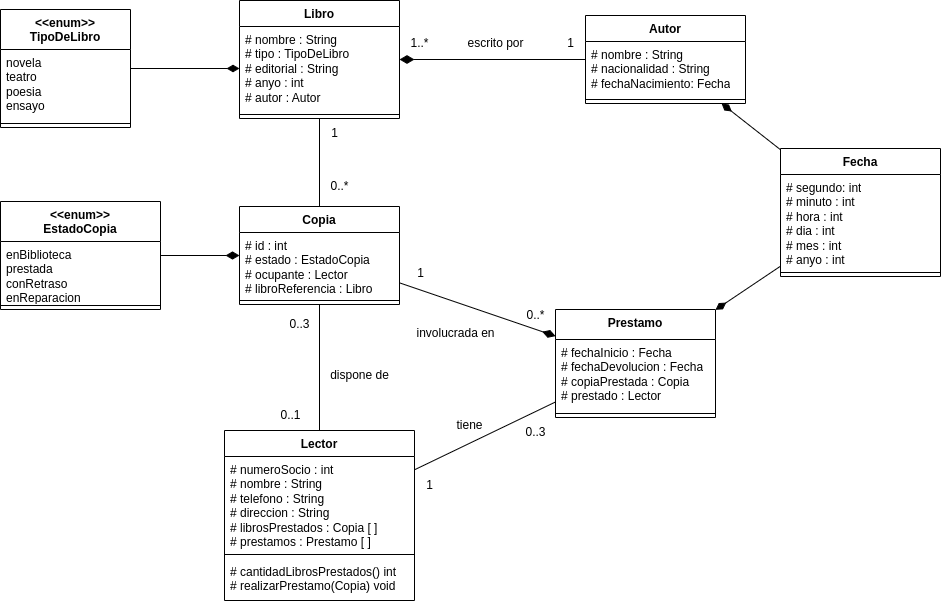
This is Ejercicio 4.drawio.png from NaDeLocos/eed-tema4-p1, a draw.io export, as it was before one commit. Source tidied: cells renumbered, new cells last; positions are measured from the earlier drawing's top-left corner, leaving out a move shared by most shapes.
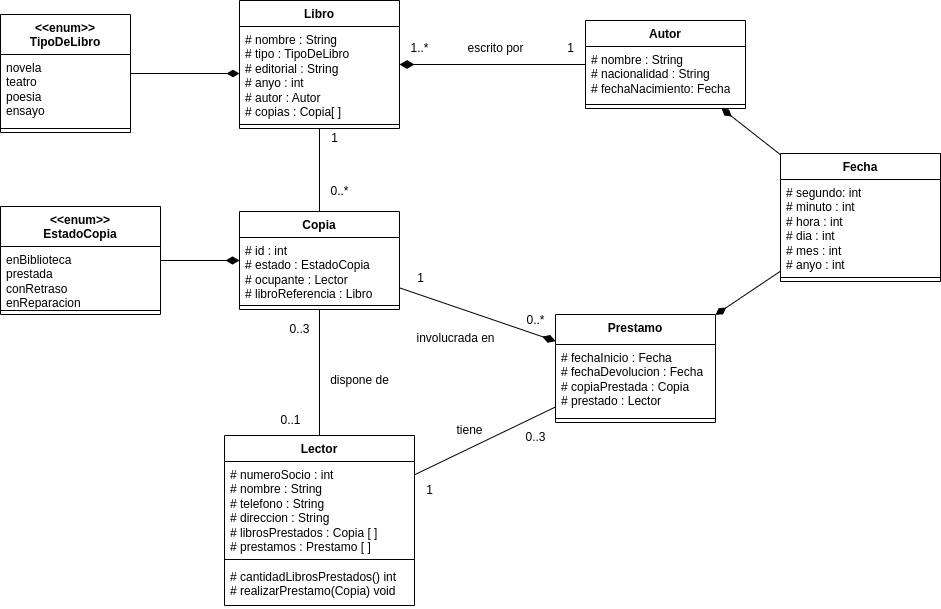
Above is the later version.

Diff of the diagram source:
```diff
@@ -72,13 +72,13 @@
       <mxGeometry relative="1" as="geometry" />
     </mxCell>
     <mxCell id="25" value="Libro" style="swimlane;fontStyle=1;align=center;verticalAlign=top;horizontal=1;startSize=26;whiteSpace=wrap;html=1;" parent="1" vertex="1">
-      <mxGeometry x="239" width="160" height="118" as="geometry" />
+      <mxGeometry x="239" y="-5" width="160" height="128" as="geometry" />
     </mxCell>
-    <mxCell id="26" value="# nombre : String&lt;br&gt;# tipo : TipoDeLibro&lt;br&gt;# editorial : String&lt;br&gt;# anyo : int&lt;br&gt;# autor : Autor" style="text;strokeColor=none;fillColor=none;align=left;verticalAlign=top;spacingLeft=4;spacingRight=4;overflow=hidden;points=[[0,0.5],[1,0.5]];portConstraint=eastwest;whiteSpace=wrap;html=1;" parent="25" vertex="1">
-      <mxGeometry y="26" width="160" height="84" as="geometry" />
+    <mxCell id="26" value="# nombre : String&lt;br&gt;# tipo : TipoDeLibro&lt;br&gt;# editorial : String&lt;br&gt;# anyo : int&lt;br&gt;# autor : Autor&lt;br&gt;# copias : Copia[ ]" style="text;strokeColor=none;fillColor=none;align=left;verticalAlign=top;spacingLeft=4;spacingRight=4;overflow=hidden;points=[[0,0.5],[1,0.5]];portConstraint=eastwest;whiteSpace=wrap;html=1;" parent="25" vertex="1">
+      <mxGeometry y="26" width="160" height="94" as="geometry" />
     </mxCell>
     <mxCell id="27" style="line;strokeWidth=1;fillColor=none;align=left;verticalAlign=middle;spacingTop=-1;spacingLeft=3;spacingRight=3;labelPosition=right;strokeColor=inherit;" parent="25" vertex="1">
-      <mxGeometry y="110" width="160" height="8" as="geometry" />
+      <mxGeometry y="120" width="160" height="8" as="geometry" />
     </mxCell>
     <mxCell id="28" value="1..*" style="text;html=1;align=center;verticalAlign=middle;strokeColor=none;fillColor=none;" parent="1" vertex="1">
       <mxGeometry x="399" y="28" width="40" height="30" as="geometry" />
```
